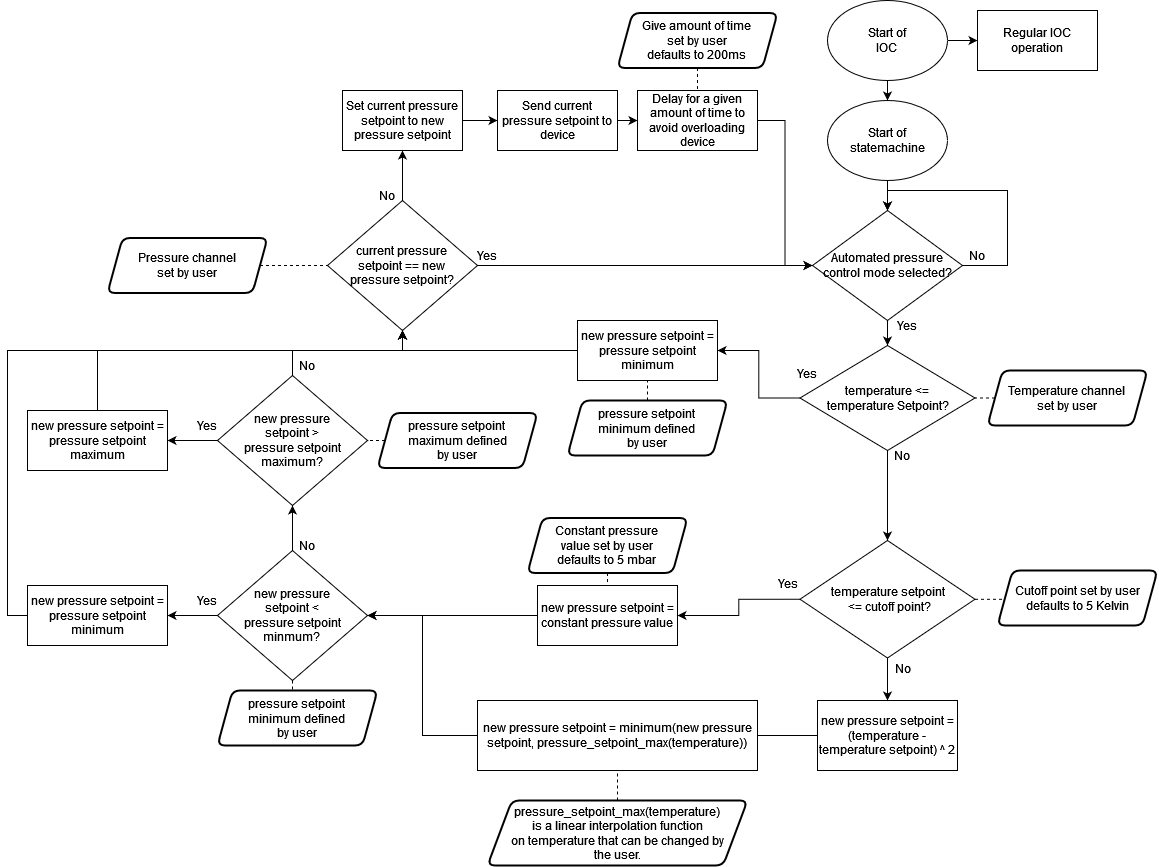
ISISComputingGroup/ibex_developers_manual keeps this draw.io diagram as MercuryEnhancedCryo2.drawio.png. Above is the earlier version. Source tidied: cells renumbered, new cells last; positions are measured from the earlier drawing's top-left corner, leaving out a move shared by most shapes.
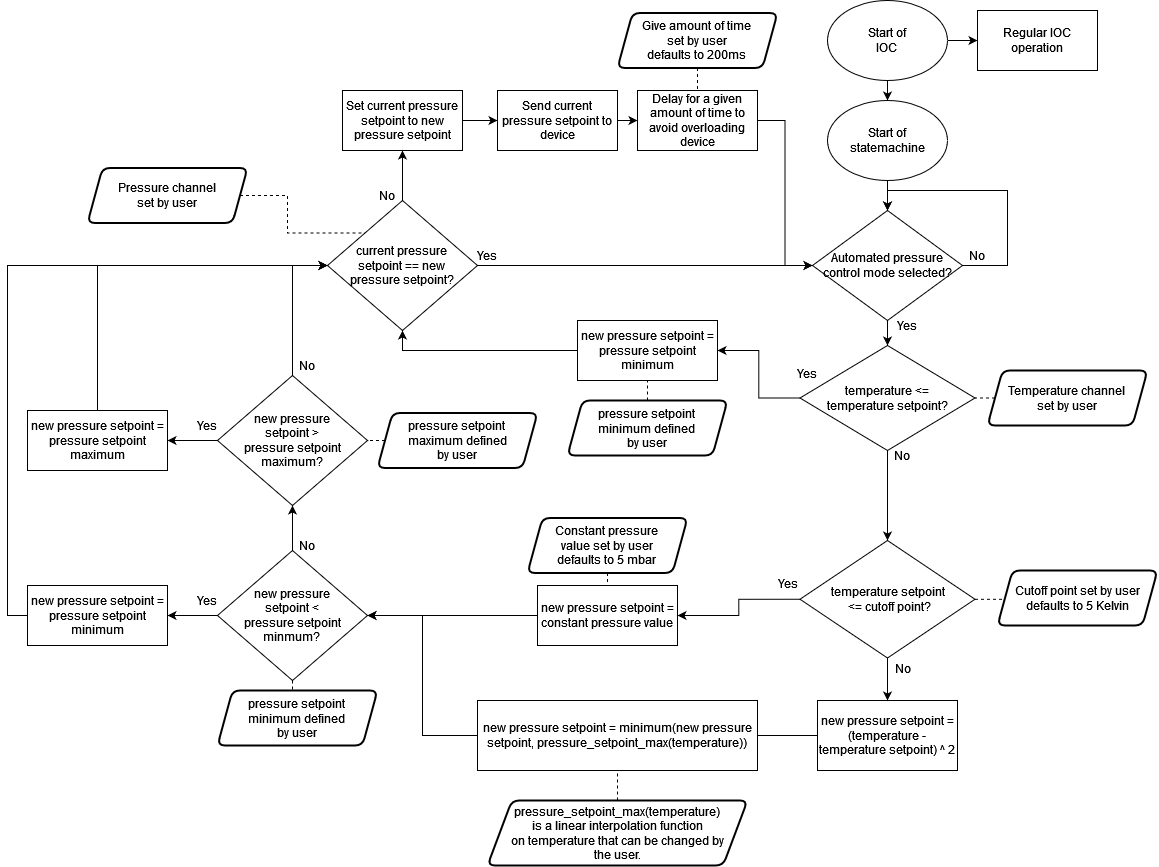
After the commit.

Commit message:
Update design to be more readable

Diff of the diagram source:
```diff
@@ -35,7 +35,7 @@
     <mxCell id="10" style="edgeStyle=orthogonalEdgeStyle;rounded=0;jettySize=auto;html=1;entryX=0.5;entryY=0;entryDx=0;entryDy=0;endArrow=classic;endFill=1;" parent="1" edge="1" source="11" target="67">
       <mxGeometry relative="1" as="geometry" />
     </mxCell>
-    <mxCell id="11" value="&lt;div&gt;temperature &amp;lt;= &lt;br&gt;&lt;/div&gt;&lt;div&gt;temperature Setpoint?&lt;/div&gt;" style="rhombus;whiteSpace=wrap;html=1;" parent="1" vertex="1">
+    <mxCell id="11" value="&lt;div&gt;temperature &amp;lt;= &lt;br&gt;&lt;/div&gt;&lt;div&gt;temperature setpoint?&lt;/div&gt;" style="rhombus;whiteSpace=wrap;html=1;" parent="1" vertex="1">
       <mxGeometry x="792.5" y="345" width="175" height="105" as="geometry" />
     </mxCell>
     <mxCell id="12" value="Yes" style="text;html=1;strokeColor=none;fillColor=none;align=center;verticalAlign=middle;whiteSpace=wrap;rounded=0;" parent="1" vertex="1">
@@ -110,11 +110,11 @@
     <mxCell id="32" value="&lt;div&gt;Temperature channel &lt;br&gt;&lt;/div&gt;&lt;div&gt;set by user&lt;/div&gt;" style="shape=parallelogram;html=1;strokeWidth=2;perimeter=parallelogramPerimeter;whiteSpace=wrap;rounded=1;arcSize=15;size=0.09375;" parent="1" vertex="1">
       <mxGeometry x="980" y="370" width="160" height="55" as="geometry" />
     </mxCell>
-    <mxCell id="33" style="edgeStyle=orthogonalEdgeStyle;rounded=0;jettySize=auto;html=1;exitX=1;exitY=0.5;exitDx=0;exitDy=0;entryX=0;entryY=0.5;entryDx=0;entryDy=0;dashed=1;endArrow=none;endFill=0;" parent="1" edge="1" source="34" target="26">
+    <mxCell id="33" style="edgeStyle=orthogonalEdgeStyle;rounded=0;jettySize=auto;html=1;exitX=1;exitY=0.5;exitDx=0;exitDy=0;entryX=0;entryY=0;entryDx=0;entryDy=0;dashed=1;endArrow=none;endFill=0;" parent="1" edge="1" source="34" target="26">
       <mxGeometry relative="1" as="geometry" />
     </mxCell>
     <mxCell id="34" value="&lt;div&gt;Pressure channel &lt;br&gt;&lt;/div&gt;&lt;div&gt;set by user&lt;br&gt;&lt;/div&gt;" style="shape=parallelogram;html=1;strokeWidth=2;perimeter=parallelogramPerimeter;whiteSpace=wrap;rounded=1;arcSize=15;size=0.09375;" parent="1" vertex="1">
-      <mxGeometry x="100" y="237.5" width="160" height="55" as="geometry" />
+      <mxGeometry x="80" y="167.5" width="160" height="55" as="geometry" />
     </mxCell>
     <mxCell id="35" style="edgeStyle=orthogonalEdgeStyle;rounded=0;jettySize=auto;html=1;exitX=1;exitY=0.5;exitDx=0;exitDy=0;entryX=0;entryY=0.5;entryDx=0;entryDy=0;endArrow=classic;endFill=1;" parent="1" edge="1" source="36" target="5">
       <mxGeometry relative="1" as="geometry" />
@@ -161,12 +161,11 @@
     <mxCell id="49" value="&lt;div&gt;new pressure &lt;br&gt;&lt;/div&gt;&lt;div&gt;setpoint &amp;lt; &lt;br&gt;&lt;/div&gt;&lt;div&gt;pressure setpoint minmum?&lt;br&gt;&lt;/div&gt;" style="rhombus;whiteSpace=wrap;html=1;" parent="1" vertex="1">
       <mxGeometry x="210" y="550" width="150" height="130" as="geometry" />
     </mxCell>
-    <mxCell id="50" style="edgeStyle=orthogonalEdgeStyle;rounded=0;jettySize=auto;html=1;exitX=0;exitY=0.5;exitDx=0;exitDy=0;entryX=0.5;entryY=1;entryDx=0;entryDy=0;endArrow=classic;endFill=1;" parent="1" edge="1" source="51" target="26">
+    <mxCell id="50" style="edgeStyle=orthogonalEdgeStyle;rounded=0;jettySize=auto;html=1;exitX=0;exitY=0.5;exitDx=0;exitDy=0;entryX=0;entryY=0.5;entryDx=0;entryDy=0;endArrow=classic;endFill=1;" parent="1" edge="1" source="51" target="26">
       <mxGeometry relative="1" as="geometry">
         <Array as="points">
           <mxPoint y="615" />
-          <mxPoint y="350" />
-          <mxPoint x="395" y="350" />
+          <mxPoint y="265" />
         </Array>
       </mxGeometry>
     </mxCell>
@@ -179,11 +178,10 @@
     <mxCell id="53" style="edgeStyle=orthogonalEdgeStyle;rounded=0;jettySize=auto;html=1;exitX=0;exitY=0.5;exitDx=0;exitDy=0;entryX=1;entryY=0.5;entryDx=0;entryDy=0;endArrow=classic;endFill=1;" parent="1" edge="1" source="55" target="58">
       <mxGeometry relative="1" as="geometry" />
     </mxCell>
-    <mxCell id="54" style="edgeStyle=orthogonalEdgeStyle;rounded=0;jettySize=auto;html=1;entryX=0.5;entryY=1;entryDx=0;entryDy=0;endArrow=classic;endFill=1;" parent="1" edge="1" source="55" target="26">
+    <mxCell id="54" style="edgeStyle=orthogonalEdgeStyle;rounded=0;jettySize=auto;html=1;entryX=0;entryY=0.5;entryDx=0;entryDy=0;endArrow=classic;endFill=1;" parent="1" edge="1" source="55" target="26">
       <mxGeometry relative="1" as="geometry">
         <Array as="points">
-          <mxPoint x="285" y="350" />
-          <mxPoint x="395" y="350" />
+          <mxPoint x="285" y="265" />
         </Array>
       </mxGeometry>
     </mxCell>
@@ -193,11 +191,10 @@
     <mxCell id="56" value="No" style="text;html=1;strokeColor=none;fillColor=none;align=center;verticalAlign=middle;whiteSpace=wrap;rounded=0;" parent="1" vertex="1">
       <mxGeometry x="270" y="530" width="60" height="30" as="geometry" />
     </mxCell>
-    <mxCell id="57" style="edgeStyle=orthogonalEdgeStyle;rounded=0;jettySize=auto;html=1;exitX=0.5;exitY=0;exitDx=0;exitDy=0;endArrow=classic;endFill=1;entryX=0.5;entryY=1;entryDx=0;entryDy=0;" parent="1" edge="1" source="58" target="26">
+    <mxCell id="57" style="edgeStyle=orthogonalEdgeStyle;rounded=0;jettySize=auto;html=1;exitX=0.5;exitY=0;exitDx=0;exitDy=0;endArrow=classic;endFill=1;entryX=0;entryY=0.5;entryDx=0;entryDy=0;" parent="1" edge="1" source="58" target="26">
       <mxGeometry relative="1" as="geometry">
         <Array as="points">
-          <mxPoint x="90" y="350" />
-          <mxPoint x="395" y="350" />
+          <mxPoint x="90" y="265" />
         </Array>
       </mxGeometry>
     </mxCell>
```
